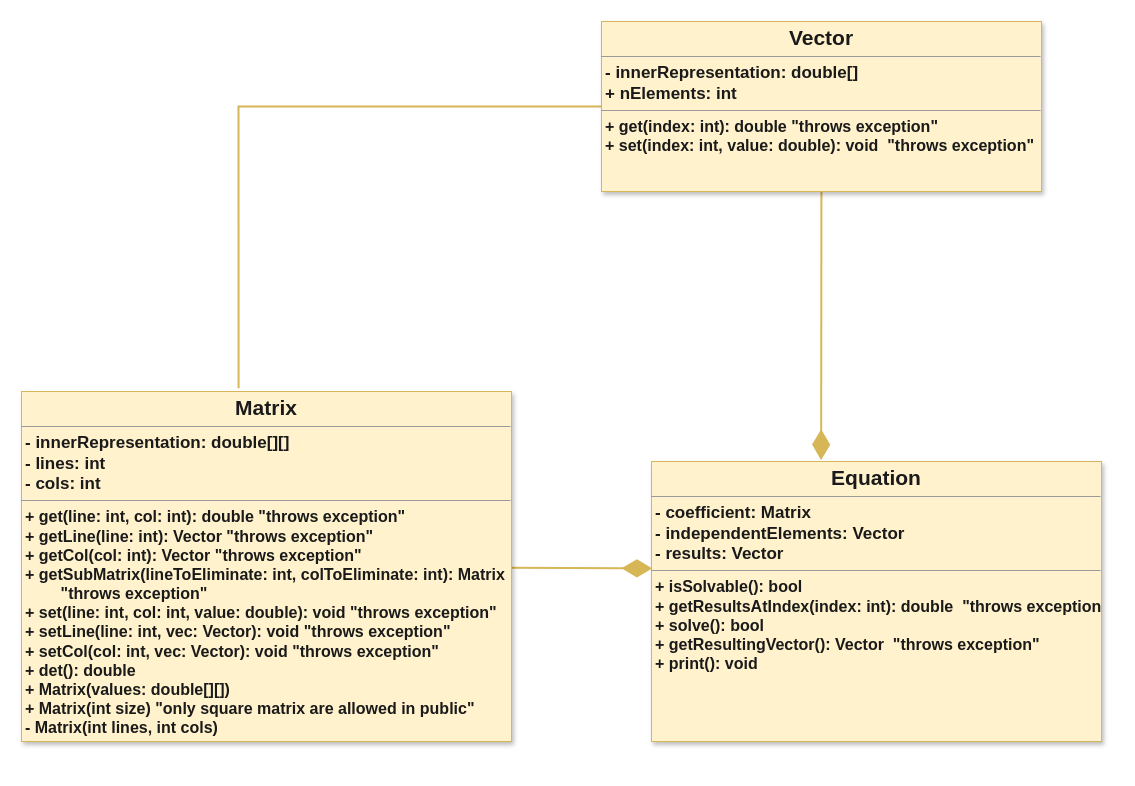
This is diagrams/KramerSolver.drawio from Sophi301/Kramer, a draw.io file, before an edit. Source tidied: cells renumbered, new cells numbered last; positions are measured from the earlier drawing's top-left corner, leaving out a move shared by most shapes. Both pictures are drawn from the tidied source at 100%, with x=0, y=0 at pixel (21, 21).
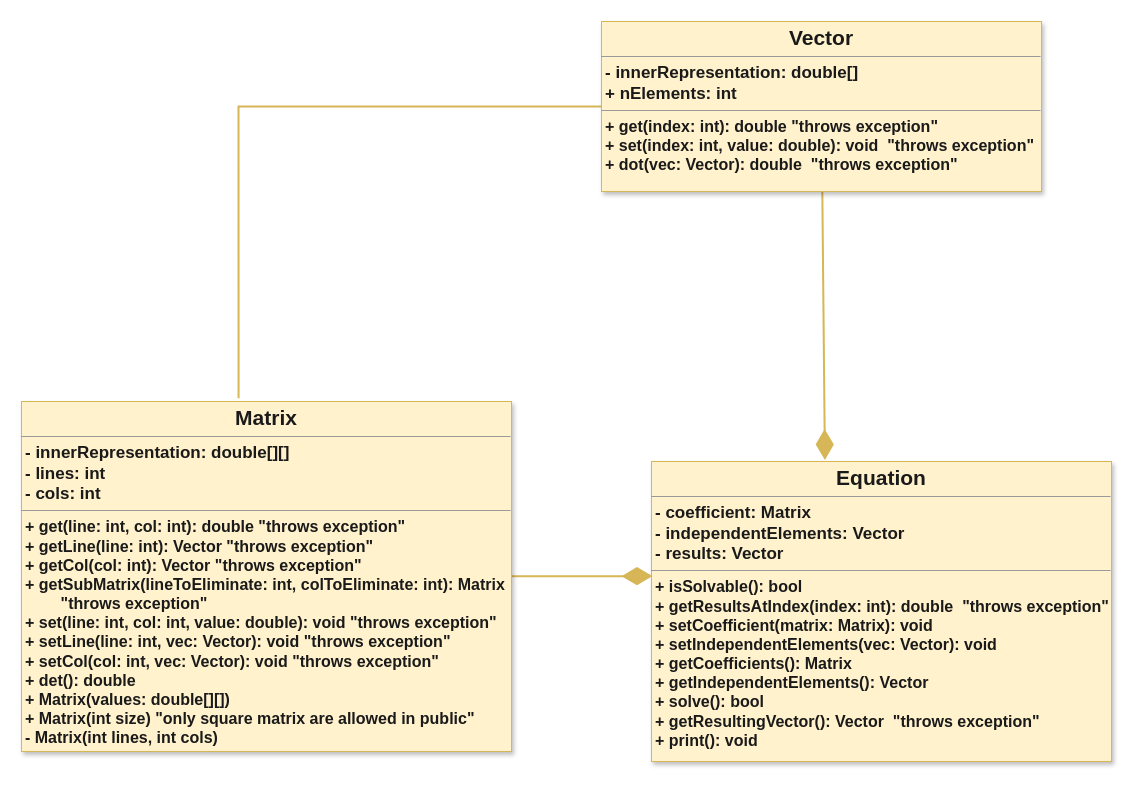
After the change.

Diff of the diagram source:
```diff
@@
 <mxGraphModel>
   <root>
     <mxCell id="0" />
     <mxCell id="1" parent="0" />
-    <mxCell id="2" value="&lt;p style=&quot;text-align: center ; margin: 4px 0px 0px&quot;&gt;&lt;b&gt;&lt;font style=&quot;font-size: 21px&quot;&gt;Equation&lt;/font&gt;&lt;/b&gt;&lt;/p&gt;&lt;hr size=&quot;1&quot;&gt;&lt;p style=&quot;margin: 0px 0px 0px 4px ; font-size: 17px&quot;&gt;&lt;font style=&quot;font-size: 17px&quot;&gt;&lt;b&gt;- coefficient: Matrix&lt;/b&gt;&lt;/font&gt;&lt;/p&gt;&lt;p style=&quot;margin: 0px 0px 0px 4px ; font-size: 17px&quot;&gt;&lt;font style=&quot;font-size: 17px&quot;&gt;&lt;b&gt;- independentElements: Vector&lt;/b&gt;&lt;/font&gt;&lt;/p&gt;&lt;p style=&quot;margin: 0px 0px 0px 4px ; font-size: 17px&quot;&gt;&lt;font style=&quot;font-size: 17px&quot;&gt;&lt;b&gt;- results: Vector&lt;/b&gt;&lt;/font&gt;&lt;/p&gt;&lt;hr size=&quot;1&quot;&gt;&lt;p style=&quot;margin: 0px ; margin-left: 4px&quot;&gt;&lt;font size=&quot;3&quot;&gt;&lt;b&gt;+ isSolvable(): bool&lt;/b&gt;&lt;/font&gt;&lt;/p&gt;&lt;p style=&quot;margin: 0px ; margin-left: 4px&quot;&gt;&lt;font size=&quot;3&quot;&gt;&lt;b&gt;+ getResultsAtIndex(index: int): double&amp;nbsp; &quot;throws exception&quot;&lt;/b&gt;&lt;/font&gt;&lt;/p&gt;&lt;p style=&quot;margin: 0px ; margin-left: 4px&quot;&gt;&lt;font size=&quot;3&quot;&gt;&lt;b&gt;+ solve(): bool&lt;/b&gt;&lt;/font&gt;&lt;/p&gt;&lt;p style=&quot;margin: 0px ; margin-left: 4px&quot;&gt;&lt;font size=&quot;3&quot;&gt;&lt;b&gt;+ getResultingVector(): Vector&amp;nbsp; &quot;throws exception&quot;&lt;/b&gt;&lt;/font&gt;&lt;/p&gt;&lt;p style=&quot;margin: 0px ; margin-left: 4px&quot;&gt;&lt;font size=&quot;3&quot;&gt;&lt;b&gt;+ print(): void&lt;/b&gt;&lt;/font&gt;&lt;/p&gt;" style="verticalAlign=top;align=left;overflow=fill;fontSize=12;fontFamily=Helvetica;html=1;gradientDirection=west;rounded=0;glass=0;shadow=1;strokeWidth=1;fillColor=#fff2cc;strokeColor=#d6b656;fontColor=#1A1A1A;" parent="1" vertex="1">
-      <mxGeometry x="630" y="440" width="450" height="280" as="geometry" />
+    <mxCell id="2" value="&lt;p style=&quot;text-align: center ; margin: 4px 0px 0px&quot;&gt;&lt;b&gt;&lt;font style=&quot;font-size: 21px&quot;&gt;Equation&lt;/font&gt;&lt;/b&gt;&lt;/p&gt;&lt;hr size=&quot;1&quot;&gt;&lt;p style=&quot;margin: 0px 0px 0px 4px ; font-size: 17px&quot;&gt;&lt;font style=&quot;font-size: 17px&quot;&gt;&lt;b&gt;- coefficient: Matrix&lt;/b&gt;&lt;/font&gt;&lt;/p&gt;&lt;p style=&quot;margin: 0px 0px 0px 4px ; font-size: 17px&quot;&gt;&lt;font style=&quot;font-size: 17px&quot;&gt;&lt;b&gt;- independentElements: Vector&lt;/b&gt;&lt;/font&gt;&lt;/p&gt;&lt;p style=&quot;margin: 0px 0px 0px 4px ; font-size: 17px&quot;&gt;&lt;font style=&quot;font-size: 17px&quot;&gt;&lt;b&gt;- results: Vector&lt;/b&gt;&lt;/font&gt;&lt;/p&gt;&lt;hr size=&quot;1&quot;&gt;&lt;p style=&quot;margin: 0px ; margin-left: 4px&quot;&gt;&lt;font size=&quot;3&quot;&gt;&lt;b&gt;+ isSolvable(): bool&lt;/b&gt;&lt;/font&gt;&lt;/p&gt;&lt;p style=&quot;margin: 0px ; margin-left: 4px&quot;&gt;&lt;font size=&quot;3&quot;&gt;&lt;b&gt;+ getResultsAtIndex(index: int): double&amp;nbsp; &quot;throws exception&quot;&lt;/b&gt;&lt;/font&gt;&lt;/p&gt;&lt;p style=&quot;margin: 0px ; margin-left: 4px&quot;&gt;&lt;font size=&quot;3&quot;&gt;&lt;b&gt;+ setCoefficient(matrix: Matrix): void&lt;/b&gt;&lt;/font&gt;&lt;/p&gt;&lt;p style=&quot;margin: 0px ; margin-left: 4px&quot;&gt;&lt;font size=&quot;3&quot;&gt;&lt;b&gt;+ setIndependentElements(vec: Vector): void&lt;/b&gt;&lt;/font&gt;&lt;/p&gt;&lt;p style=&quot;margin: 0px ; margin-left: 4px&quot;&gt;&lt;font size=&quot;3&quot;&gt;&lt;b&gt;+ getCoefficients(): Matrix&lt;/b&gt;&lt;/font&gt;&lt;/p&gt;&lt;p style=&quot;margin: 0px ; margin-left: 4px&quot;&gt;&lt;font size=&quot;3&quot;&gt;&lt;b&gt;+ getIndependentElements(): Vector&lt;/b&gt;&lt;/font&gt;&lt;/p&gt;&lt;p style=&quot;margin: 0px ; margin-left: 4px&quot;&gt;&lt;font size=&quot;3&quot;&gt;&lt;b&gt;+ solve(): bool&lt;/b&gt;&lt;/font&gt;&lt;/p&gt;&lt;p style=&quot;margin: 0px ; margin-left: 4px&quot;&gt;&lt;font size=&quot;3&quot;&gt;&lt;b&gt;+ getResultingVector(): Vector&amp;nbsp; &quot;throws exception&quot;&lt;/b&gt;&lt;/font&gt;&lt;/p&gt;&lt;p style=&quot;margin: 0px ; margin-left: 4px&quot;&gt;&lt;font size=&quot;3&quot;&gt;&lt;b&gt;+ print(): void&lt;/b&gt;&lt;/font&gt;&lt;/p&gt;" style="verticalAlign=top;align=left;overflow=fill;fontSize=12;fontFamily=Helvetica;html=1;gradientDirection=west;rounded=0;glass=0;shadow=1;strokeWidth=1;fillColor=#fff2cc;strokeColor=#d6b656;fontColor=#1A1A1A;" parent="1" vertex="1">
+      <mxGeometry x="630" y="440" width="460" height="300" as="geometry" />
     </mxCell>
     <mxCell id="3" style="edgeStyle=none;html=1;entryX=0.002;entryY=0.382;entryDx=0;entryDy=0;entryPerimeter=0;fontSize=21;fontColor=#1A1A1A;endArrow=diamondThin;endFill=1;endSize=25;strokeWidth=2;fillColor=#fff2cc;strokeColor=#d6b656;rounded=0;" parent="1" edge="1" source="4" target="2">
       <mxGeometry relative="1" as="geometry" />
     </mxCell>
     <mxCell id="4" value="&lt;p style=&quot;text-align: center ; margin: 4px 0px 0px&quot;&gt;&lt;b&gt;&lt;font style=&quot;font-size: 21px&quot;&gt;Matrix&lt;/font&gt;&lt;/b&gt;&lt;/p&gt;&lt;hr size=&quot;1&quot;&gt;&lt;p style=&quot;margin: 0px 0px 0px 4px ; font-size: 17px&quot;&gt;&lt;b&gt;- innerRepresentation: double[][]&lt;/b&gt;&lt;/p&gt;&lt;p style=&quot;margin: 0px 0px 0px 4px ; font-size: 17px&quot;&gt;&lt;b&gt;- lines: int&lt;/b&gt;&lt;br&gt;&lt;/p&gt;&lt;p style=&quot;margin: 0px 0px 0px 4px ; font-size: 17px&quot;&gt;&lt;b&gt;- cols: int&lt;/b&gt;&lt;/p&gt;&lt;hr size=&quot;1&quot;&gt;&lt;p style=&quot;margin: 0px ; margin-left: 4px&quot;&gt;&lt;font size=&quot;3&quot;&gt;&lt;b&gt;+ get(line: int, col: int): double &quot;throws exception&quot;&lt;/b&gt;&lt;/font&gt;&lt;/p&gt;&lt;p style=&quot;margin: 0px ; margin-left: 4px&quot;&gt;&lt;font size=&quot;3&quot;&gt;&lt;b&gt;+ getLine(line: int): Vector &quot;throws exception&quot;&lt;/b&gt;&lt;/font&gt;&lt;/p&gt;&lt;p style=&quot;margin: 0px ; margin-left: 4px&quot;&gt;&lt;font size=&quot;3&quot;&gt;&lt;b&gt;+ getCol(col: int): Vector &quot;throws exception&quot;&lt;/b&gt;&lt;/font&gt;&lt;/p&gt;&lt;p style=&quot;margin: 0px ; margin-left: 4px&quot;&gt;&lt;font size=&quot;3&quot;&gt;&lt;b&gt;+ getSubMatrix(lineToEliminate: int, colToEliminate: int): Matrix&lt;/b&gt;&lt;/font&gt;&lt;/p&gt;&lt;p style=&quot;margin: 0px ; margin-left: 4px&quot;&gt;&lt;font size=&quot;3&quot;&gt;&lt;b&gt;&lt;span style=&quot;white-space: pre&quot;&gt;&#9;&lt;/span&gt;&quot;throws exception&quot;&lt;br&gt;&lt;/b&gt;&lt;/font&gt;&lt;/p&gt;&lt;p style=&quot;margin: 0px ; margin-left: 4px&quot;&gt;&lt;font size=&quot;3&quot;&gt;&lt;b&gt;+ set(line: int, col: int, value: double): void &quot;throws exception&quot;&lt;/b&gt;&lt;/font&gt;&lt;/p&gt;&lt;p style=&quot;margin: 0px ; margin-left: 4px&quot;&gt;&lt;font size=&quot;3&quot;&gt;&lt;b&gt;+ setLine(line: int, vec: Vector): void &quot;throws exception&quot;&lt;/b&gt;&lt;/font&gt;&lt;/p&gt;&lt;p style=&quot;margin: 0px ; margin-left: 4px&quot;&gt;&lt;font size=&quot;3&quot;&gt;&lt;b&gt;+ setCol(col: int, vec: Vector): void &quot;throws exception&quot;&lt;/b&gt;&lt;/font&gt;&lt;/p&gt;&lt;p style=&quot;margin: 0px ; margin-left: 4px&quot;&gt;&lt;font size=&quot;3&quot;&gt;&lt;b&gt;+ det(): double&lt;/b&gt;&lt;/font&gt;&lt;/p&gt;&lt;p style=&quot;margin: 0px ; margin-left: 4px&quot;&gt;&lt;font size=&quot;3&quot;&gt;&lt;b&gt;+ Matrix(values: double[][])&lt;/b&gt;&lt;/font&gt;&lt;/p&gt;&lt;p style=&quot;margin: 0px ; margin-left: 4px&quot;&gt;&lt;font size=&quot;3&quot;&gt;&lt;b&gt;+ Matrix(int size) &quot;only square matrix are allowed in public&quot;&lt;/b&gt;&lt;/font&gt;&lt;/p&gt;&lt;p style=&quot;margin: 0px ; margin-left: 4px&quot;&gt;&lt;font size=&quot;3&quot;&gt;&lt;b&gt;- Matrix(int lines, int cols)&lt;/b&gt;&lt;/font&gt;&lt;/p&gt;" style="verticalAlign=top;align=left;overflow=fill;fontSize=12;fontFamily=Helvetica;html=1;gradientDirection=west;rounded=0;glass=0;shadow=1;strokeWidth=1;fillColor=#fff2cc;strokeColor=#d6b656;fontColor=#1A1A1A;" parent="1" vertex="1">
-      <mxGeometry y="370" width="490" height="350" as="geometry" />
+      <mxGeometry y="380" width="490" height="350" as="geometry" />
     </mxCell>
     <mxCell id="5" style="edgeStyle=none;html=1;entryX=0.377;entryY=-0.005;entryDx=0;entryDy=0;fontSize=21;fontColor=#1A1A1A;endArrow=diamondThin;endFill=1;endSize=25;entryPerimeter=0;strokeWidth=2;fillColor=#fff2cc;strokeColor=#d6b656;rounded=0;" parent="1" edge="1" source="7" target="2">
       <mxGeometry relative="1" as="geometry" />
     </mxCell>
     <mxCell id="6" style="edgeStyle=none;html=1;entryX=0.443;entryY=-0.009;entryDx=0;entryDy=0;entryPerimeter=0;fontSize=21;fontColor=#1A1A1A;endArrow=none;endFill=0;endSize=25;strokeWidth=2;fillColor=#fff2cc;strokeColor=#d6b656;rounded=0;" parent="1" edge="1" source="7" target="4">
       <mxGeometry relative="1" as="geometry">
         <Array as="points">
           <mxPoint x="217" y="85" />
         </Array>
       </mxGeometry>
     </mxCell>
-    <mxCell id="7" value="&lt;p style=&quot;text-align: center ; margin: 4px 0px 0px&quot;&gt;&lt;b&gt;&lt;font style=&quot;font-size: 21px&quot;&gt;Vector&lt;/font&gt;&lt;/b&gt;&lt;/p&gt;&lt;hr size=&quot;1&quot;&gt;&lt;p style=&quot;margin: 0px 0px 0px 4px ; font-size: 17px&quot;&gt;&lt;font style=&quot;font-size: 17px&quot;&gt;&lt;b&gt;- innerRepresentation: double[]&lt;/b&gt;&lt;/font&gt;&lt;/p&gt;&lt;p style=&quot;margin: 0px 0px 0px 4px ; font-size: 17px&quot;&gt;&lt;b&gt;+ nElements: int&lt;/b&gt;&lt;/p&gt;&lt;hr size=&quot;1&quot;&gt;&lt;p style=&quot;margin: 0px ; margin-left: 4px&quot;&gt;&lt;font size=&quot;3&quot;&gt;&lt;b&gt;+ get(index: int): double &quot;throws exception&quot;&amp;nbsp;&lt;/b&gt;&lt;/font&gt;&lt;/p&gt;&lt;p style=&quot;margin: 0px ; margin-left: 4px&quot;&gt;&lt;font size=&quot;3&quot;&gt;&lt;b&gt;+ set(index: int, value: double): void&amp;nbsp; &quot;throws exception&quot;&lt;/b&gt;&lt;/font&gt;&lt;/p&gt;" style="verticalAlign=top;align=left;overflow=fill;fontSize=12;fontFamily=Helvetica;html=1;gradientDirection=west;rounded=0;glass=0;shadow=1;strokeWidth=1;fillColor=#fff2cc;strokeColor=#d6b656;fontColor=#1A1A1A;" parent="1" vertex="1">
+    <mxCell id="7" value="&lt;p style=&quot;text-align: center ; margin: 4px 0px 0px&quot;&gt;&lt;b&gt;&lt;font style=&quot;font-size: 21px&quot;&gt;Vector&lt;/font&gt;&lt;/b&gt;&lt;/p&gt;&lt;hr size=&quot;1&quot;&gt;&lt;p style=&quot;margin: 0px 0px 0px 4px ; font-size: 17px&quot;&gt;&lt;font style=&quot;font-size: 17px&quot;&gt;&lt;b&gt;- innerRepresentation: double[]&lt;/b&gt;&lt;/font&gt;&lt;/p&gt;&lt;p style=&quot;margin: 0px 0px 0px 4px ; font-size: 17px&quot;&gt;&lt;b&gt;+ nElements: int&lt;/b&gt;&lt;/p&gt;&lt;hr size=&quot;1&quot;&gt;&lt;p style=&quot;margin: 0px ; margin-left: 4px&quot;&gt;&lt;font size=&quot;3&quot;&gt;&lt;b&gt;+ get(index: int): double &quot;throws exception&quot;&amp;nbsp;&lt;/b&gt;&lt;/font&gt;&lt;/p&gt;&lt;p style=&quot;margin: 0px ; margin-left: 4px&quot;&gt;&lt;font size=&quot;3&quot;&gt;&lt;b&gt;+ set(index: int, value: double): void&amp;nbsp; &quot;throws exception&quot;&lt;/b&gt;&lt;/font&gt;&lt;/p&gt;&lt;p style=&quot;margin: 0px ; margin-left: 4px&quot;&gt;&lt;font size=&quot;3&quot;&gt;&lt;b&gt;+ dot(vec: Vector): double&amp;nbsp; &quot;throws exception&quot;&lt;/b&gt;&lt;/font&gt;&lt;/p&gt;" style="verticalAlign=top;align=left;overflow=fill;fontSize=12;fontFamily=Helvetica;html=1;gradientDirection=west;rounded=0;glass=0;shadow=1;strokeWidth=1;fillColor=#fff2cc;strokeColor=#d6b656;fontColor=#1A1A1A;" parent="1" vertex="1">
       <mxGeometry x="580" width="440" height="170" as="geometry" />
     </mxCell>
   </root>
 </mxGraphModel>
```
